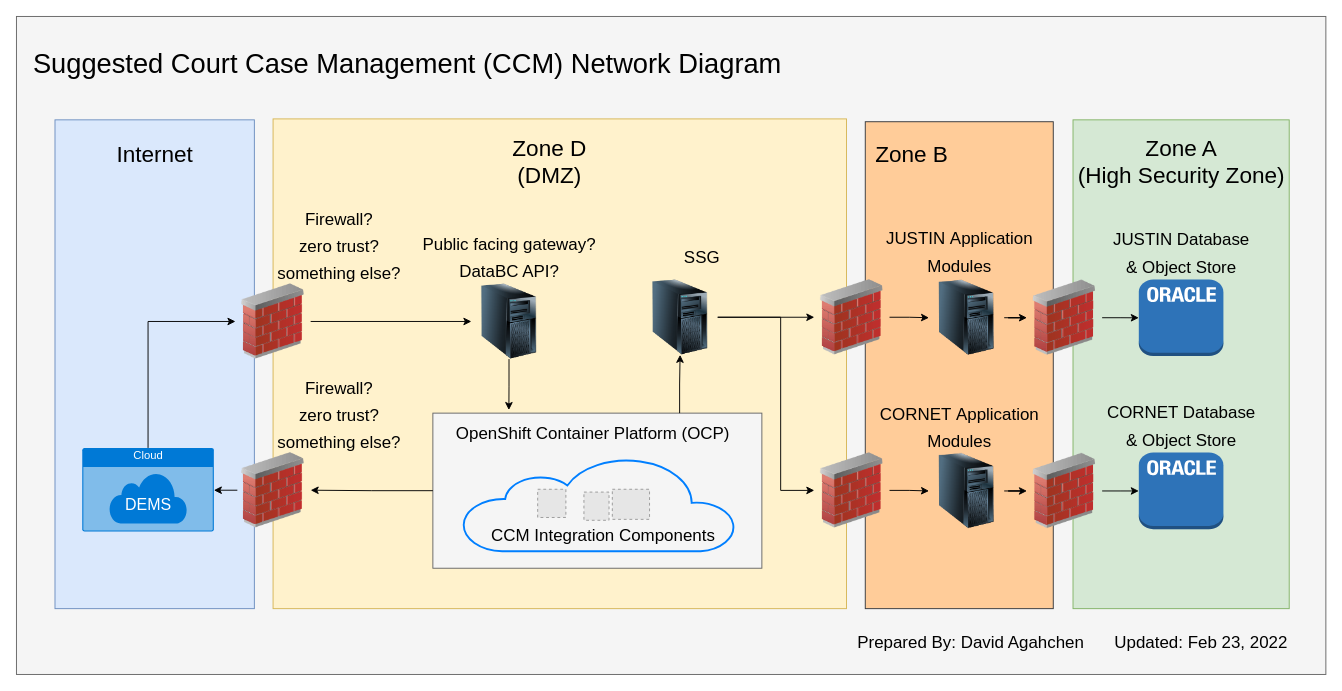
This is img/src/ccm_network_diagram.drawio from bcgov/jpss-jade-ccm, a draw.io file, before an edit. Source tidied: cells renumbered, new cells numbered last; positions are measured from the earlier drawing's top-left corner, leaving out a move shared by most shapes. Both pictures are drawn from the tidied source at 94%, with x=0, y=0 at pixel (16, 16). Pictures stored in the file or linked from it are replaced by grey dashed boxes.
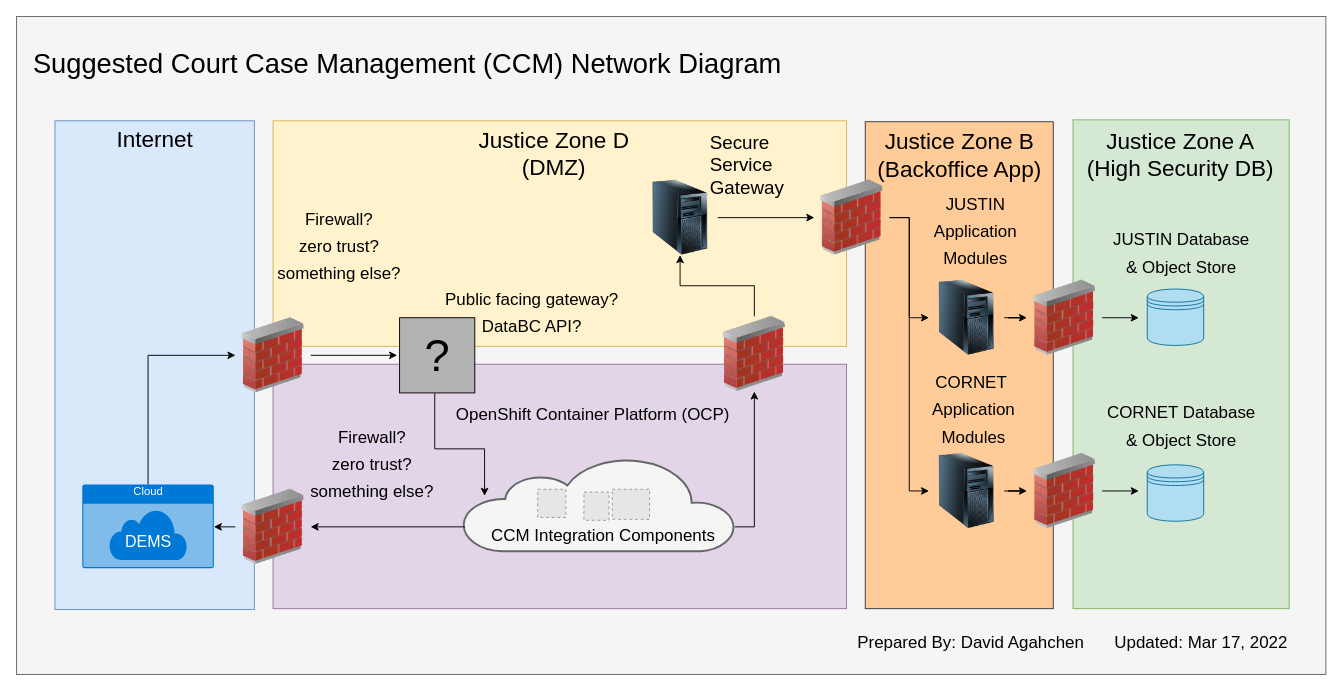
The same diagram, later.

Unchanged cells that the change refers to:
```xml
<mxCell id="17" style="image;html=1;image=img/lib/clip_art/networking/Firewall_02_128x128.png;" parent="1" vertex="1">
  <mxGeometry x="1075" y="280.5" width="80" height="80" as="geometry" />
</mxCell>
<mxCell id="45" style="image;html=1;image=img/lib/clip_art/networking/Firewall_02_128x128.png;" parent="1" vertex="1">
  <mxGeometry x="1075" y="464.8" width="80" height="80" as="geometry" />
</mxCell>
<mxCell id="51" style="image;html=1;image=img/lib/clip_art/computers/Server_Tower_128x128.png;fontSize=18;" parent="1" vertex="1">
  <mxGeometry x="970.8" y="464.8" width="80" height="80" as="geometry" />
</mxCell>
```

Change to the diagram source:
```diff
@@
     <mxCell id="3" style="rounded=1;whiteSpace=wrap;html=1;fillColor=#fff2cc;strokeColor=#d6b656;fontSize=25;arcSize=0;" parent="1" vertex="1">
-      <mxGeometry x="273" y="109" width="610" height="521" as="geometry" />
+      <mxGeometry x="273" y="111" width="610" height="240" as="geometry" />
     </mxCell>
-    <mxCell id="4" style="rounded=1;whiteSpace=wrap;html=1;fillColor=#f5f5f5;strokeColor=#666666;fontSize=25;arcSize=0;fontColor=#333333;" parent="1" vertex="1">
-      <mxGeometry x="443" y="422" width="350" height="165" as="geometry" />
+    <mxCell id="4" style="rounded=1;whiteSpace=wrap;html=1;fillColor=#e1d5e7;strokeColor=#9673a6;fontSize=25;arcSize=0;" parent="1" vertex="1">
+      <mxGeometry x="273" y="370" width="610" height="260" as="geometry" />
     </mxCell>
-    <mxCell id="5" style="html=1;verticalLabelPosition=bottom;align=center;labelBackgroundColor=#ffffff;verticalAlign=top;strokeWidth=2;shadow=0;dashed=0;shape=mxgraph.ios7.icons.cloud;fontSize=17;fillColor=none;strokeColor=#007FFF;" parent="1" vertex="1">
+    <mxCell id="5" style="html=1;verticalLabelPosition=bottom;align=center;labelBackgroundColor=#ffffff;verticalAlign=top;strokeWidth=2;shadow=0;dashed=0;shape=mxgraph.ios7.icons.cloud;fontSize=17;fillColor=#f5f5f5;strokeColor=#666666;fontColor=#333333;" parent="1" vertex="1">
       <mxGeometry x="475" y="469" width="290" height="100" as="geometry" />
     </mxCell>
@@
     <mxCell id="9" style="rounded=1;whiteSpace=wrap;html=1;fontSize=25;arcSize=0;fillColor=#dae8fc;strokeColor=#6c8ebf;" parent="1" vertex="1">
-      <mxGeometry x="41" y="110" width="212.1" height="520" as="geometry" />
+      <mxGeometry x="41" y="111" width="212.1" height="520" as="geometry" />
     </mxCell>
     <mxCell id="10" value="&lt;span style=&quot;font-weight: 400&quot;&gt;Internet&lt;/span&gt;" style="text;strokeColor=none;fillColor=none;html=1;fontSize=24;fontStyle=1;verticalAlign=middle;align=center;rounded=1;labelBackgroundColor=none;fontColor=#000000;" parent="1" vertex="1">
-      <mxGeometry x="102" y="124" width="90" height="45" as="geometry" />
+      <mxGeometry x="102" y="108" width="90" height="45" as="geometry" />
     </mxCell>
-    <mxCell id="11" value="&lt;span style=&quot;font-weight: 400&quot;&gt;Zone B&lt;br&gt;&lt;/span&gt;" style="text;strokeColor=none;fillColor=none;html=1;fontSize=24;fontStyle=1;verticalAlign=middle;align=left;rounded=1;labelBackgroundColor=none;fontColor=#000000;" parent="1" vertex="1">
-      <mxGeometry x="911.8" y="124" width="90" height="45" as="geometry" />
+    <mxCell id="11" value="&lt;span style=&quot;font-weight: 400&quot;&gt;Justice Zone B&lt;br&gt;(Backoffice App)&lt;br&gt;&lt;/span&gt;" style="text;strokeColor=none;fillColor=none;html=1;fontSize=24;fontStyle=1;verticalAlign=middle;align=center;rounded=1;labelBackgroundColor=none;fontColor=#000000;" parent="1" vertex="1">
+      <mxGeometry x="923" y="125" width="160" height="45" as="geometry" />
     </mxCell>
-    <mxCell id="12" style="edgeStyle=orthogonalEdgeStyle;rounded=0;jettySize=auto;html=1;entryX=0;entryY=0.5;entryDx=0;entryDy=0;fontSize=18;strokeColor=#000000;" parent="1" edge="1" source="13" target="23">
-      <mxGeometry relative="1" as="geometry" />
+    <mxCell id="12" style="edgeStyle=orthogonalEdgeStyle;rounded=0;jettySize=auto;html=1;entryX=0;entryY=0.5;entryDx=0;entryDy=0;fontSize=18;strokeColor=#000000;" parent="1" edge="1" source="13">
+      <mxGeometry relative="1" as="geometry">
+        <mxPoint x="405" y="360.5" as="targetPoint" />
+      </mxGeometry>
     </mxCell>
     <mxCell id="13" style="image;html=1;image=img/lib/clip_art/networking/Firewall_02_128x128.png;" parent="1" vertex="1">
-      <mxGeometry x="233" y="284.5" width="80" height="80" as="geometry" />
+      <mxGeometry x="233" y="320.5" width="80" height="80" as="geometry" />
     </mxCell>
@@
     <mxCell id="15" style="image;html=1;image=img/lib/clip_art/networking/Firewall_02_128x128.png;" parent="1" vertex="1">
-      <mxGeometry x="848.8" y="280" width="80" height="80" as="geometry" />
+      <mxGeometry x="848.8" y="174" width="80" height="80" as="geometry" />
     </mxCell>
-    <mxCell id="16" style="edgeStyle=orthogonalEdgeStyle;rounded=0;jettySize=auto;html=1;fontSize=18;startArrow=none;startFill=0;strokeColor=#000000;" parent="1" edge="1" source="17" target="31">
-      <mxGeometry relative="1" as="geometry" />
+    <mxCell id="16" style="edgeStyle=orthogonalEdgeStyle;rounded=0;jettySize=auto;html=1;fontSize=18;startArrow=none;startFill=0;strokeColor=#000000;" parent="1" edge="1" source="17">
+      <mxGeometry relative="1" as="geometry">
+        <mxPoint x="1194" y="320.6" as="targetPoint" />
+      </mxGeometry>
     </mxCell>
@@
     <mxCell id="19" value="Cloud" style="html=1;strokeColor=none;fillColor=#0079D6;labelPosition=center;verticalLabelPosition=middle;verticalAlign=top;align=center;fontSize=12;outlineConnect=0;spacingTop=-6;fontColor=#FFFFFF;sketch=0;shape=mxgraph.sitemap.cloud;" parent="1" vertex="1">
-      <mxGeometry x="70" y="459" width="140" height="89" as="geometry" />
+      <mxGeometry x="70" y="498" width="140" height="89" as="geometry" />
     </mxCell>
     <mxCell id="20" value="&lt;div style=&quot;font-size: 17px;&quot;&gt;&lt;span style=&quot;font-size: 17px; font-weight: 400;&quot;&gt;DEMS&lt;/span&gt;&lt;/div&gt;" style="text;strokeColor=none;fillColor=none;html=1;fontSize=17;fontStyle=1;verticalAlign=middle;align=center;rounded=1;labelBackgroundColor=none;fontColor=#FFFFFF;" parent="1" vertex="1">
-      <mxGeometry x="95" y="498" width="90" height="45" as="geometry" />
+      <mxGeometry x="95" y="537" width="90" height="45" as="geometry" />
     </mxCell>
-    <mxCell id="21" style="edgeStyle=orthogonalEdgeStyle;rounded=0;jettySize=auto;html=1;entryX=0.231;entryY=-0.02;entryDx=0;entryDy=0;fontSize=18;startArrow=none;startFill=0;entryPerimeter=0;strokeColor=#000000;" parent="1" edge="1" source="23" target="4">
-      <mxGeometry relative="1" as="geometry" />
+    <mxCell id="21" style="edgeStyle=orthogonalEdgeStyle;rounded=0;orthogonalLoop=1;jettySize=auto;html=1;fontSize=18;startArrow=none;startFill=0;strokeColor=#000000;" parent="1" edge="1">
+      <mxGeometry relative="1" as="geometry">
+        <mxPoint x="445" y="401" as="sourcePoint" />
+        <mxPoint x="498" y="510" as="targetPoint" />
+        <Array as="points">
+          <mxPoint x="445" y="460" />
+          <mxPoint x="498" y="460" />
+        </Array>
+      </mxGeometry>
     </mxCell>
-    <mxCell id="22" style="edgeStyle=orthogonalEdgeStyle;rounded=0;jettySize=auto;html=1;entryX=0.5;entryY=1;entryDx=0;entryDy=0;fontSize=18;startArrow=none;startFill=0;exitX=0.75;exitY=0;exitDx=0;exitDy=0;strokeColor=#000000;endArrow=classic;endFill=1;" parent="1" edge="1" source="4" target="34">
+    <mxCell id="22" style="edgeStyle=orthogonalEdgeStyle;rounded=0;jettySize=auto;html=1;entryX=0.5;entryY=1;entryDx=0;entryDy=0;fontSize=18;startArrow=none;startFill=0;strokeColor=#000000;endArrow=classic;endFill=1;" parent="1" edge="1" source="57" target="34">
       <mxGeometry relative="1" as="geometry" />
     </mxCell>
-    <mxCell id="23" style="image;html=1;image=img/lib/clip_art/computers/Server_Tower_128x128.png;fontSize=18;" parent="1" vertex="1">
-      <mxGeometry x="484" y="284.5" width="80" height="80" as="geometry" />
-    </mxCell>
-    <mxCell id="24" value="&lt;div style=&quot;text-align: center&quot;&gt;&lt;span style=&quot;font-weight: 400&quot;&gt;Zone D&lt;/span&gt;&lt;/div&gt;&lt;span style=&quot;font-weight: 400&quot;&gt;&lt;div style=&quot;text-align: center&quot;&gt;&lt;span&gt;(DMZ)&lt;/span&gt;&lt;/div&gt;&lt;/span&gt;" style="text;strokeColor=none;fillColor=none;html=1;fontSize=24;fontStyle=1;verticalAlign=middle;align=left;rounded=1;labelBackgroundColor=none;fontColor=#000000;" parent="1" vertex="1">
-      <mxGeometry x="525.5" y="132" width="90" height="45" as="geometry" />
+    <mxCell id="24" value="&lt;div style=&quot;text-align: center&quot;&gt;&lt;span style=&quot;font-weight: 400&quot;&gt;Justice Zone D&lt;/span&gt;&lt;/div&gt;&lt;span style=&quot;font-weight: 400&quot;&gt;&lt;div style=&quot;text-align: center&quot;&gt;&lt;span&gt;(DMZ)&lt;/span&gt;&lt;/div&gt;&lt;/span&gt;" style="text;strokeColor=none;fillColor=none;html=1;fontSize=24;fontStyle=1;verticalAlign=middle;align=left;rounded=1;labelBackgroundColor=none;fontColor=#000000;" parent="1" vertex="1">
+      <mxGeometry x="489.5" y="117" width="173.5" height="58" as="geometry" />
     </mxCell>
     <mxCell id="25" value="&lt;div&gt;&lt;span style=&quot;font-size: 18px ; font-weight: 400&quot;&gt;OpenShift Container Platform (OCP)&lt;/span&gt;&lt;/div&gt;" style="text;strokeColor=none;fillColor=none;html=1;fontSize=24;fontStyle=1;verticalAlign=middle;align=center;rounded=1;labelBackgroundColor=none;fontColor=#000000;" parent="1" vertex="1">
-      <mxGeometry x="452" y="419" width="321.9" height="45" as="geometry" />
+      <mxGeometry x="452" y="399" width="321.9" height="45" as="geometry" />
     </mxCell>
@@
-    <mxCell id="30" value="&lt;span style=&quot;font-weight: 400&quot;&gt;Zone A&lt;br&gt;&lt;div&gt;&lt;span&gt;(High Security Zone)&lt;/span&gt;&lt;/div&gt;&lt;/span&gt;" style="text;strokeColor=none;fillColor=none;html=1;fontSize=24;fontStyle=1;verticalAlign=middle;align=center;rounded=1;labelBackgroundColor=none;fontColor=#000000;" parent="1" vertex="1">
-      <mxGeometry x="1194" y="132" width="90" height="45" as="geometry" />
+    <mxCell id="30" value="&lt;span style=&quot;font-weight: 400&quot;&gt;Justice Zone A&lt;br&gt;&lt;div&gt;&lt;span&gt;(High Security DB)&lt;/span&gt;&lt;/div&gt;&lt;/span&gt;" style="text;strokeColor=none;fillColor=none;html=1;fontSize=24;fontStyle=1;verticalAlign=middle;align=center;rounded=1;labelBackgroundColor=none;fontColor=#000000;" parent="1" vertex="1">
+      <mxGeometry x="1113" y="124" width="250" height="45" as="geometry" />
     </mxCell>
-    <mxCell id="31" style="outlineConnect=0;dashed=0;verticalLabelPosition=bottom;verticalAlign=top;align=center;html=1;shape=mxgraph.aws3.oracle_db_instance_2;fillColor=#2E73B8;gradientColor=none;fontSize=18;" parent="1" vertex="1">
-      <mxGeometry x="1194" y="279.8" width="90" height="81.5" as="geometry" />
-    </mxCell>
@@
     <mxCell id="34" style="image;html=1;image=img/lib/clip_art/computers/Server_Tower_128x128.png;fontSize=18;" parent="1" vertex="1">
-      <mxGeometry x="666" y="280" width="80" height="80" as="geometry" />
+      <mxGeometry x="666" y="174" width="80" height="80" as="geometry" />
     </mxCell>
-    <mxCell id="35" value="&lt;div&gt;&lt;span style=&quot;font-size: 18px ; font-weight: 400&quot;&gt;SSG&lt;/span&gt;&lt;/div&gt;" style="text;strokeColor=none;fillColor=none;html=1;fontSize=24;fontStyle=1;verticalAlign=middle;align=center;rounded=1;labelBackgroundColor=none;fontColor=#000000;" parent="1" vertex="1">
-      <mxGeometry x="664" y="232" width="129.2" height="46.5" as="geometry" />
+    <mxCell id="35" value="&lt;div style=&quot;font-size: 20px&quot;&gt;&lt;span style=&quot;font-weight: 400&quot;&gt;&lt;font style=&quot;font-size: 20px&quot;&gt;Secure&lt;/font&gt;&lt;/span&gt;&lt;/div&gt;&lt;div style=&quot;font-size: 20px&quot;&gt;&lt;span style=&quot;font-weight: 400&quot;&gt;&lt;font style=&quot;font-size: 20px&quot;&gt;Service&lt;/font&gt;&lt;/span&gt;&lt;/div&gt;&lt;div style=&quot;font-size: 20px&quot;&gt;&lt;span style=&quot;font-weight: 400&quot;&gt;&lt;font style=&quot;font-size: 20px&quot;&gt;Gateway&lt;/font&gt;&lt;/span&gt;&lt;/div&gt;" style="text;strokeColor=none;fillColor=none;html=1;fontSize=24;fontStyle=1;verticalAlign=middle;align=left;rounded=1;labelBackgroundColor=none;fontColor=#000000;" parent="1" vertex="1">
+      <mxGeometry x="736" y="124" width="97" height="66" as="geometry" />
     </mxCell>
@@
-    <mxCell id="37" value="&lt;div&gt;&lt;span style=&quot;font-size: 18px ; font-weight: 400&quot;&gt;JUSTIN&amp;nbsp;&lt;/span&gt;&lt;span style=&quot;font-size: 18px ; font-weight: 400&quot;&gt;Application&lt;/span&gt;&lt;/div&gt;&lt;div&gt;&lt;span style=&quot;font-size: 18px ; font-weight: 400&quot;&gt;Modules&lt;/span&gt;&lt;/div&gt;" style="text;strokeColor=none;fillColor=none;html=1;fontSize=24;fontStyle=1;verticalAlign=middle;align=center;rounded=1;labelBackgroundColor=none;fontColor=#000000;" parent="1" vertex="1">
-      <mxGeometry x="887.8" y="197" width="230" height="104" as="geometry" />
+    <mxCell id="37" value="&lt;div&gt;&lt;span style=&quot;font-size: 18px ; font-weight: 400&quot;&gt;JUSTIN&lt;/span&gt;&lt;/div&gt;&lt;div&gt;&lt;span style=&quot;font-size: 18px ; font-weight: 400&quot;&gt;Application&lt;/span&gt;&lt;/div&gt;&lt;div&gt;&lt;span style=&quot;font-size: 18px ; font-weight: 400&quot;&gt;Modules&lt;/span&gt;&lt;/div&gt;" style="text;strokeColor=none;fillColor=none;html=1;fontSize=24;fontStyle=1;verticalAlign=middle;align=center;rounded=1;labelBackgroundColor=none;fontColor=#000000;" parent="1" vertex="1">
+      <mxGeometry x="967.8" y="175" width="105.2" height="104" as="geometry" />
     </mxCell>
@@
     <mxCell id="39" value="&lt;span style=&quot;font-size: 18px ; font-weight: 400&quot;&gt;Public facing gateway?&lt;br&gt;DataBC API?&lt;br&gt;&lt;/span&gt;" style="text;strokeColor=none;fillColor=none;html=1;fontSize=24;fontStyle=1;verticalAlign=middle;align=center;rounded=1;labelBackgroundColor=none;fontColor=#000000;" parent="1" vertex="1">
-      <mxGeometry x="459.4" y="232" width="129.2" height="46.5" as="geometry" />
+      <mxGeometry x="483" y="290" width="129.2" height="46.5" as="geometry" />
     </mxCell>
-    <mxCell id="40" style="edgeStyle=orthogonalEdgeStyle;rounded=0;jettySize=auto;html=1;fontSize=18;startArrow=none;startFill=0;strokeColor=#000000;endArrow=classic;endFill=1;" parent="1" edge="1" source="4" target="52">
+    <mxCell id="40" style="edgeStyle=orthogonalEdgeStyle;rounded=0;jettySize=auto;html=1;fontSize=18;startArrow=none;startFill=0;strokeColor=#000000;endArrow=classic;endFill=1;exitX=0.007;exitY=0.74;exitDx=0;exitDy=0;exitPerimeter=0;" parent="1" edge="1" source="5" target="52">
       <mxGeometry relative="1" as="geometry" />
     </mxCell>
@@
-    <mxCell id="42" style="edgeStyle=orthogonalEdgeStyle;rounded=0;jettySize=auto;html=1;fontSize=18;startArrow=classic;startFill=1;strokeColor=#000000;endArrow=none;endFill=0;entryX=1;entryY=0.5;entryDx=0;entryDy=0;exitX=0;exitY=0.5;exitDx=0;exitDy=0;" parent="1" edge="1" source="43" target="34">
-      <mxGeometry relative="1" as="geometry">
-        <Array as="points">
-          <mxPoint x="813" y="504" />
-          <mxPoint x="813" y="320" />
-        </Array>
-      </mxGeometry>
-    </mxCell>
-    <mxCell id="43" style="image;html=1;image=img/lib/clip_art/networking/Firewall_02_128x128.png;" parent="1" vertex="1">
-      <mxGeometry x="848.8" y="464.2" width="80" height="80" as="geometry" />
-    </mxCell>
-    <mxCell id="44" style="edgeStyle=orthogonalEdgeStyle;rounded=0;jettySize=auto;html=1;fontSize=18;startArrow=none;startFill=0;strokeColor=#000000;" parent="1" edge="1" source="45" target="46">
-      <mxGeometry relative="1" as="geometry" />
+    <mxCell id="44" style="edgeStyle=orthogonalEdgeStyle;rounded=0;jettySize=auto;html=1;fontSize=18;startArrow=none;startFill=0;strokeColor=#000000;" parent="1" edge="1" source="45">
+      <mxGeometry relative="1" as="geometry">
+        <mxPoint x="1194" y="504.8" as="targetPoint" />
+      </mxGeometry>
     </mxCell>
@@
-    <mxCell id="46" style="outlineConnect=0;dashed=0;verticalLabelPosition=bottom;verticalAlign=top;align=center;html=1;shape=mxgraph.aws3.oracle_db_instance_2;fillColor=#2E73B8;gradientColor=none;fontSize=18;" parent="1" vertex="1">
-      <mxGeometry x="1194" y="464" width="90" height="81.5" as="geometry" />
-    </mxCell>
@@
-    <mxCell id="48" style="edgeStyle=orthogonalEdgeStyle;rounded=0;jettySize=auto;html=1;entryX=0;entryY=0.5;entryDx=0;entryDy=0;fontSize=18;startArrow=none;startFill=0;strokeColor=#000000;" parent="1" edge="1" source="43" target="51">
+    <mxCell id="48" style="edgeStyle=orthogonalEdgeStyle;rounded=0;jettySize=auto;html=1;entryX=0;entryY=0.5;entryDx=0;entryDy=0;fontSize=18;startArrow=none;startFill=0;strokeColor=#000000;" parent="1" edge="1" source="15" target="51">
       <mxGeometry relative="1" as="geometry" />
     </mxCell>
@@
-    <mxCell id="50" value="&lt;div&gt;&lt;span style=&quot;font-size: 18px ; font-weight: 400&quot;&gt;CORNET&amp;nbsp;&lt;/span&gt;&lt;span style=&quot;font-size: 18px ; font-weight: 400&quot;&gt;Application&lt;/span&gt;&lt;/div&gt;&lt;div&gt;&lt;span style=&quot;font-size: 18px ; font-weight: 400&quot;&gt;Modules&lt;/span&gt;&lt;/div&gt;" style="text;strokeColor=none;fillColor=none;html=1;fontSize=24;fontStyle=1;verticalAlign=middle;align=center;rounded=1;labelBackgroundColor=none;fontColor=#000000;" parent="1" vertex="1">
-      <mxGeometry x="887.8" y="384.2" width="230" height="104" as="geometry" />
+    <mxCell id="50" value="&lt;div&gt;&lt;span style=&quot;font-size: 18px ; font-weight: 400&quot;&gt;CORNET&amp;nbsp;&lt;/span&gt;&lt;/div&gt;&lt;div&gt;&lt;span style=&quot;font-size: 18px ; font-weight: 400&quot;&gt;Application&lt;/span&gt;&lt;/div&gt;&lt;div&gt;&lt;span style=&quot;font-size: 18px ; font-weight: 400&quot;&gt;Modules&lt;/span&gt;&lt;/div&gt;" style="text;strokeColor=none;fillColor=none;html=1;fontSize=24;fontStyle=1;verticalAlign=middle;align=center;rounded=1;labelBackgroundColor=none;fontColor=#000000;" parent="1" vertex="1">
+      <mxGeometry x="973" y="367" width="90" height="100" as="geometry" />
     </mxCell>
@@
     <mxCell id="52" style="image;html=1;image=img/lib/clip_art/networking/Firewall_02_128x128.png;" parent="1" vertex="1">
-      <mxGeometry x="233" y="464" width="80" height="80" as="geometry" />
+      <mxGeometry x="233" y="503" width="80" height="80" as="geometry" />
     </mxCell>
     <mxCell id="53" value="&lt;span style=&quot;font-size: 18px ; font-weight: 400&quot;&gt;Firewall?&lt;br&gt;zero trust?&lt;br&gt;something else?&lt;br&gt;&lt;/span&gt;" style="text;strokeColor=none;fillColor=none;html=1;fontSize=24;fontStyle=1;verticalAlign=middle;align=center;rounded=1;labelBackgroundColor=none;fontColor=#000000;" parent="1" vertex="1">
-      <mxGeometry x="278.4" y="399.5" width="129.2" height="46.5" as="geometry" />
+      <mxGeometry x="313" y="451.5" width="129.2" height="46.5" as="geometry" />
     </mxCell>
-    <mxCell id="54" style="edgeStyle=orthogonalEdgeStyle;rounded=0;jettySize=auto;html=1;fontSize=18;startArrow=none;startFill=0;strokeColor=#000000;endArrow=classic;endFill=1;exitX=0;exitY=0.5;exitDx=0;exitDy=0;entryX=1;entryY=0.5;entryDx=0;entryDy=0;entryPerimeter=0;" parent="1" edge="1" target="19">
-      <mxGeometry relative="1" as="geometry">
-        <mxPoint x="235" y="504" as="sourcePoint" />
-      </mxGeometry>
+    <mxCell id="54" style="edgeStyle=orthogonalEdgeStyle;rounded=0;jettySize=auto;html=1;fontSize=18;startArrow=none;startFill=0;strokeColor=#000000;endArrow=classic;endFill=1;exitX=0;exitY=0.5;exitDx=0;exitDy=0;entryX=1;entryY=0.5;entryDx=0;entryDy=0;entryPerimeter=0;" parent="1" edge="1" source="52" target="19">
+      <mxGeometry relative="1" as="geometry" />
     </mxCell>
-    <mxCell id="55" value="&lt;div&gt;&lt;span style=&quot;font-size: 18px ; font-weight: 400&quot;&gt;Updated: Feb 23, 2022&lt;/span&gt;&lt;/div&gt;" style="text;strokeColor=none;fillColor=none;html=1;fontSize=24;fontStyle=1;verticalAlign=middle;align=center;rounded=1;labelBackgroundColor=none;fontColor=#000000;" parent="1" vertex="1">
+    <mxCell id="55" value="&lt;div&gt;&lt;span style=&quot;font-size: 18px ; font-weight: 400&quot;&gt;Updated: Mar 17, 2022&lt;/span&gt;&lt;/div&gt;" style="text;strokeColor=none;fillColor=none;html=1;fontSize=24;fontStyle=1;verticalAlign=middle;align=center;rounded=1;labelBackgroundColor=none;fontColor=#000000;" parent="1" vertex="1">
       <mxGeometry x="1156" y="641" width="207" height="45" as="geometry" />
     </mxCell>
@@
+    <mxCell id="57" style="image;html=1;image=img/lib/clip_art/networking/Firewall_02_128x128.png;" parent="1" vertex="1">
+      <mxGeometry x="745" y="319" width="80" height="80" as="geometry" />
+    </mxCell>
+    <mxCell id="58" style="edgeStyle=orthogonalEdgeStyle;rounded=0;jettySize=auto;html=1;fontSize=18;startArrow=none;startFill=0;strokeColor=#000000;endArrow=classic;endFill=1;exitX=0.997;exitY=0.74;exitDx=0;exitDy=0;exitPerimeter=0;" parent="1" edge="1" source="5" target="57">
+      <mxGeometry relative="1" as="geometry" />
+    </mxCell>
+    <mxCell id="59" value="&lt;font style=&quot;font-size: 48px&quot;&gt;?&lt;/font&gt;" style="whiteSpace=wrap;html=1;fillColor=#B3B3B3;" parent="1" vertex="1">
+      <mxGeometry x="407.6" y="320.5" width="80" height="80" as="geometry" />
+    </mxCell>
+    <mxCell id="60" style="shape=datastore;whiteSpace=wrap;html=1;fontSize=48;fillColor=#b1ddf0;strokeColor=#10739e;" parent="1" vertex="1">
+      <mxGeometry x="1203" y="290" width="60" height="60" as="geometry" />
+    </mxCell>
+    <mxCell id="61" style="shape=datastore;whiteSpace=wrap;html=1;fontSize=48;fillColor=#b1ddf0;strokeColor=#10739e;" parent="1" vertex="1">
+      <mxGeometry x="1203" y="477" width="60" height="60" as="geometry" />
+    </mxCell>
```
